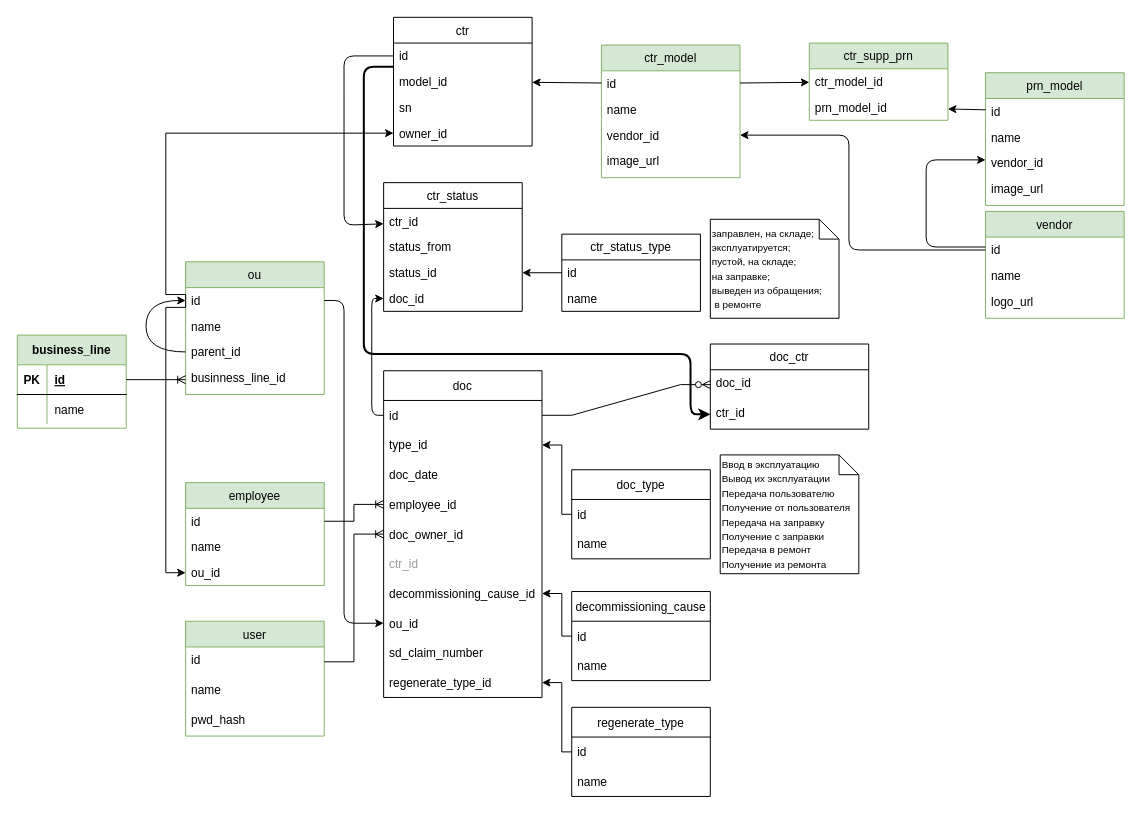
IgorTkachuk/caartridge_accounting keeps this draw.io diagram as docs/cartridge_accounting.drawio. Above is the earlier version. Source tidied: cells renumbered, new cells numbered last; positions are measured from the earlier drawing's top-left corner, leaving out a move shared by most shapes. Both pictures are drawn from the tidied source at 99%, with x=0, y=0 at pixel (17, 17).
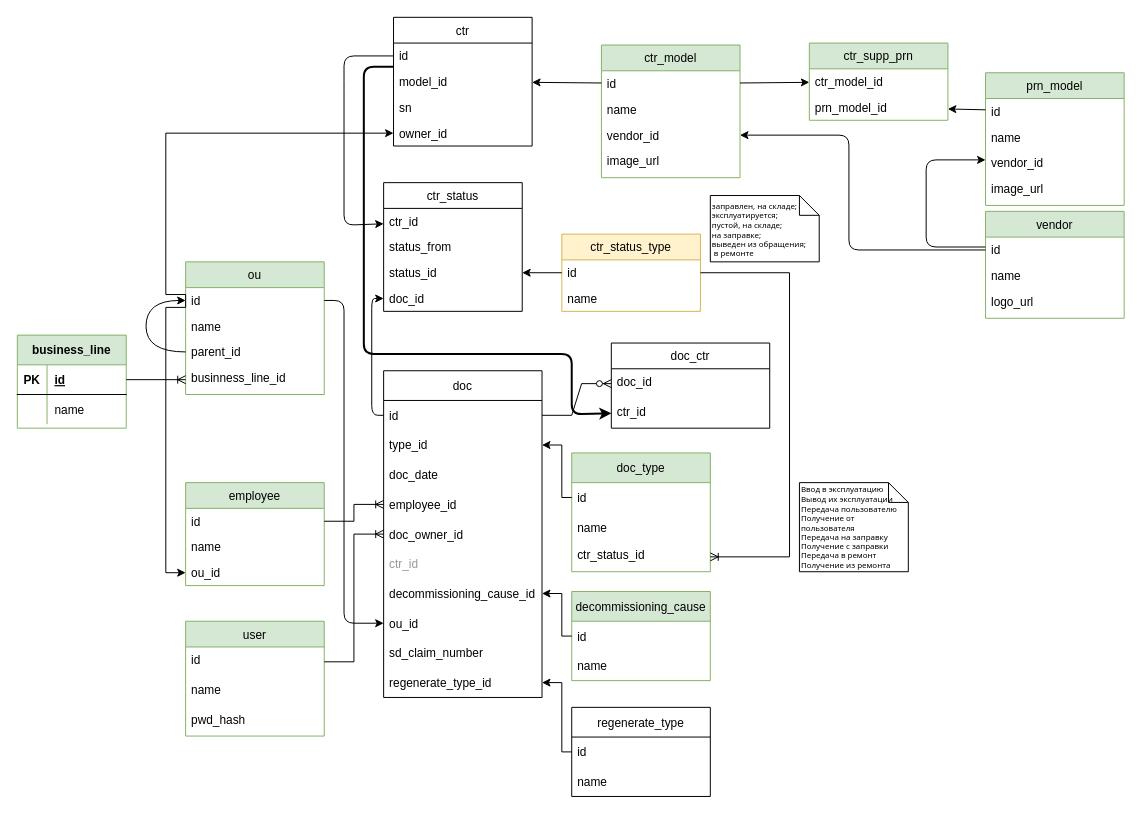
The same diagram, later.

Unchanged cells that the change refers to:
```xml
<mxCell id="3" value="id" style="text;strokeColor=none;fillColor=none;align=left;verticalAlign=top;spacingLeft=4;spacingRight=4;overflow=hidden;points=[[0,0.5],[1,0.5]];portConstraint=eastwest;" parent="2" vertex="1">
  <mxGeometry y="26" width="140" height="26" as="geometry" />
</mxCell>
<mxCell id="33" value="id" style="text;strokeColor=none;fillColor=none;align=left;verticalAlign=top;spacingLeft=4;spacingRight=4;overflow=hidden;points=[[0,0.5],[1,0.5]];portConstraint=eastwest;" parent="32" vertex="1">
  <mxGeometry y="26" width="140" height="26" as="geometry" />
</mxCell>
<mxCell id="54" value="type_id" style="text;strokeColor=none;fillColor=none;align=left;verticalAlign=middle;spacingLeft=4;spacingRight=4;overflow=hidden;points=[[0,0.5],[1,0.5]];portConstraint=eastwest;" parent="52" vertex="1">
  <mxGeometry y="60" width="160" height="30" as="geometry" />
</mxCell>
<mxCell id="64" value="id" style="text;strokeColor=none;fillColor=none;align=left;verticalAlign=middle;spacingLeft=4;spacingRight=4;overflow=hidden;points=[[0,0.5],[1,0.5]];portConstraint=eastwest;" parent="63" vertex="1">
  <mxGeometry y="30" width="140" height="30" as="geometry" />
</mxCell>
<mxCell id="80" value="ctr_id" style="text;strokeColor=none;fillColor=none;spacingLeft=4;spacingRight=4;overflow=hidden;points=[[0,0.5],[1,0.5]];portConstraint=eastwest;fontSize=12;" parent="78" vertex="1">
  <mxGeometry y="56" width="160" height="30" as="geometry" />
</mxCell>
```

Diff of the diagram source:
```diff
@@
-    <mxCell id="32" value="ctr_status_type" style="swimlane;fontStyle=0;horizontal=1;startSize=26;" parent="1" vertex="1">
+    <mxCell id="32" value="ctr_status_type" style="swimlane;fontStyle=0;horizontal=1;startSize=26;fillColor=#fff2cc;strokeColor=#d6b656;" parent="1" vertex="1">
       <mxGeometry x="550" y="219" width="140" height="78" as="geometry" />
     </mxCell>
@@
-    <mxCell id="63" value="doc_type" style="swimlane;fontStyle=0;horizontal=1;startSize=30;" parent="1" vertex="1">
-      <mxGeometry x="560" y="457" width="140" height="90" as="geometry" />
+    <mxCell id="63" value="doc_type" style="swimlane;fontStyle=0;horizontal=1;startSize=30;fillColor=#d5e8d4;strokeColor=#82b366;" parent="1" vertex="1">
+      <mxGeometry x="560" y="440" width="140" height="120" as="geometry" />
     </mxCell>
@@
+    <mxCell id="98" value="ctr_status_id" style="text;strokeColor=none;fillColor=none;spacingLeft=4;spacingRight=4;overflow=hidden;points=[[0,0.5],[1,0.5]];portConstraint=eastwest;fontSize=12;" parent="63" vertex="1">
+      <mxGeometry y="90" width="140" height="30" as="geometry" />
+    </mxCell>
     <mxCell id="66" style="edgeStyle=orthogonalEdgeStyle;rounded=0;jettySize=auto;html=1;exitX=0;exitY=0.5;exitDx=0;exitDy=0;" parent="1" edge="1" source="64" target="54">
       <mxGeometry relative="1" as="geometry">
         <Array as="points">
-          <mxPoint x="550" y="502" />
+          <mxPoint x="550" y="485" />
           <mxPoint x="550" y="432" />
         </Array>
       </mxGeometry>
     </mxCell>
     <mxCell id="67" style="edgeStyle=orthogonalEdgeStyle;jettySize=auto;html=1;strokeWidth=2;strokeColor=default;rounded=1;entryX=0;entryY=0.5;entryDx=0;entryDy=0;" parent="1" edge="1" source="3" target="80">
       <mxGeometry relative="1" as="geometry">
         <Array as="points">
           <mxPoint x="350" y="50" />
           <mxPoint x="350" y="340" />
-          <mxPoint x="680" y="340" />
-          <mxPoint x="680" y="401" />
+          <mxPoint x="560" y="340" />
+          <mxPoint x="560" y="401" />
         </Array>
       </mxGeometry>
     </mxCell>
@@
-    <mxCell id="69" value="decommissioning_cause" style="swimlane;fontStyle=0;horizontal=1;startSize=30;" parent="1" vertex="1">
+    <mxCell id="69" value="decommissioning_cause" style="swimlane;fontStyle=0;horizontal=1;startSize=30;fillColor=#d5e8d4;strokeColor=#82b366;" parent="1" vertex="1">
       <mxGeometry x="560" y="580" width="140" height="90" as="geometry" />
     </mxCell>
@@
     <mxCell id="78" value="doc_ctr" style="swimlane;fontStyle=0;horizontal=1;startSize=26;align=center;fontSize=12;" parent="1" vertex="1">
-      <mxGeometry x="700" y="330" width="160" height="86" as="geometry" />
+      <mxGeometry x="600" y="329" width="160" height="86" as="geometry" />
     </mxCell>
@@
-    <mxCell id="96" value="&lt;span style=&quot;font-size: 10px;&quot;&gt;Ввод в эксплуатацию&lt;/span&gt;&lt;br style=&quot;font-size: 10px;&quot;&gt;&lt;span style=&quot;font-size: 10px;&quot;&gt;Вывод их эксплуатации&lt;/span&gt;&lt;br style=&quot;font-size: 10px;&quot;&gt;&lt;span style=&quot;font-size: 10px;&quot;&gt;Передача пользователю&lt;/span&gt;&lt;br style=&quot;font-size: 10px;&quot;&gt;&lt;span style=&quot;font-size: 10px;&quot;&gt;Получение от пользователя&lt;/span&gt;&lt;br style=&quot;font-size: 10px;&quot;&gt;&lt;span style=&quot;font-size: 10px;&quot;&gt;Передача на заправку&lt;/span&gt;&lt;br style=&quot;font-size: 10px;&quot;&gt;&lt;span style=&quot;font-size: 10px;&quot;&gt;Получение с заправки&lt;/span&gt;&lt;br style=&quot;font-size: 10px;&quot;&gt;&lt;span style=&quot;font-size: 10px;&quot;&gt;Передача в ремонт&lt;/span&gt;&lt;br style=&quot;font-size: 10px;&quot;&gt;&lt;span style=&quot;font-size: 10px;&quot;&gt;Получение из ремонта&lt;/span&gt;" style="shape=note;size=20;whiteSpace=wrap;html=1;align=left;" parent="1" vertex="1">
-      <mxGeometry x="710" y="442" width="140" height="120" as="geometry" />
+    <mxCell id="96" value="&lt;span style=&quot;font-size: 8px;&quot;&gt;Ввод в эксплуатацию&lt;/span&gt;&lt;br style=&quot;font-size: 8px;&quot;&gt;&lt;span style=&quot;font-size: 8px;&quot;&gt;Вывод их эксплуатации&lt;/span&gt;&lt;br style=&quot;font-size: 8px;&quot;&gt;&lt;span style=&quot;font-size: 8px;&quot;&gt;Передача пользователю&lt;/span&gt;&lt;br style=&quot;font-size: 8px;&quot;&gt;&lt;span style=&quot;font-size: 8px;&quot;&gt;Получение от пользователя&lt;/span&gt;&lt;br style=&quot;font-size: 8px;&quot;&gt;&lt;span style=&quot;font-size: 8px;&quot;&gt;Передача на заправку&lt;/span&gt;&lt;br style=&quot;font-size: 8px;&quot;&gt;&lt;span style=&quot;font-size: 8px;&quot;&gt;Получение с заправки&lt;/span&gt;&lt;br style=&quot;font-size: 8px;&quot;&gt;&lt;span style=&quot;font-size: 8px;&quot;&gt;Передача в ремонт&lt;/span&gt;&lt;br style=&quot;font-size: 8px;&quot;&gt;&lt;span style=&quot;font-size: 8px;&quot;&gt;Получение из ремонта&lt;/span&gt;" style="shape=note;size=20;whiteSpace=wrap;html=1;align=left;fontFamily=Tahoma;fontSize=8;" parent="1" vertex="1">
+      <mxGeometry x="790" y="470" width="110" height="90" as="geometry" />
     </mxCell>
+    <mxCell id="99" style="edgeStyle=elbowEdgeStyle;fontSize=12;html=1;endArrow=ERoneToMany;rounded=0;" parent="1" edge="1" source="33" target="98">
+      <mxGeometry relative="1" as="geometry">
+        <Array as="points">
+          <mxPoint x="780" y="400" />
+        </Array>
+      </mxGeometry>
+    </mxCell>
-    <mxCell id="97" value="&lt;span style=&quot;font-size: 10px;&quot;&gt;заправлен, на складе;&lt;/span&gt;&lt;br style=&quot;font-size: 10px;&quot;&gt;&lt;span style=&quot;font-size: 10px;&quot;&gt;эксплуатируется;&lt;/span&gt;&lt;br style=&quot;font-size: 10px;&quot;&gt;&lt;span style=&quot;font-size: 10px;&quot;&gt;пустой, на складе;&lt;/span&gt;&lt;br style=&quot;font-size: 10px;&quot;&gt;&lt;span style=&quot;font-size: 10px;&quot;&gt;на заправке;&lt;/span&gt;&lt;br style=&quot;font-size: 10px;&quot;&gt;&lt;span style=&quot;font-size: 10px;&quot;&gt;выведен из обращения;&lt;/span&gt;&lt;br style=&quot;font-size: 10px;&quot;&gt;&lt;span style=&quot;font-size: 10px;&quot;&gt;&amp;nbsp;в ремонте&lt;/span&gt;" style="shape=note;size=20;whiteSpace=wrap;html=1;align=left;" parent="1" vertex="1">
-      <mxGeometry x="700" y="204" width="130" height="100" as="geometry" />
+    <mxCell id="97" value="&lt;span style=&quot;font-size: 8px;&quot;&gt;заправлен, на складе;&lt;/span&gt;&lt;br style=&quot;font-size: 8px;&quot;&gt;&lt;span style=&quot;font-size: 8px;&quot;&gt;эксплуатируется;&lt;/span&gt;&lt;br style=&quot;font-size: 8px;&quot;&gt;&lt;span style=&quot;font-size: 8px;&quot;&gt;пустой, на складе;&lt;/span&gt;&lt;br style=&quot;font-size: 8px;&quot;&gt;&lt;span style=&quot;font-size: 8px;&quot;&gt;на заправке;&lt;/span&gt;&lt;br style=&quot;font-size: 8px;&quot;&gt;&lt;span style=&quot;font-size: 8px;&quot;&gt;выведен из обращения;&lt;/span&gt;&lt;br style=&quot;font-size: 8px;&quot;&gt;&lt;span style=&quot;font-size: 8px;&quot;&gt;&amp;nbsp;в ремонте&lt;/span&gt;" style="shape=note;size=20;whiteSpace=wrap;html=1;align=left;fontSize=8;fontFamily=Tahoma;" parent="1" vertex="1">
+      <mxGeometry x="700" y="180" width="110" height="67" as="geometry" />
     </mxCell>
```
